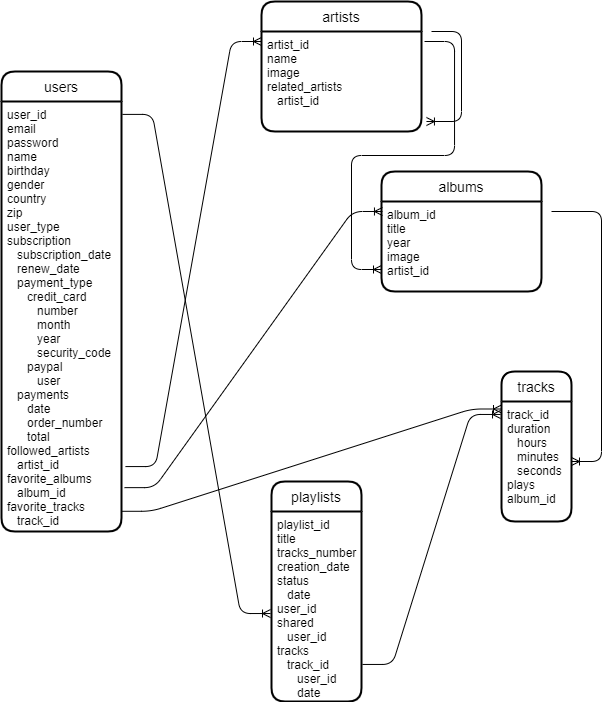
Earlier version of the draw.io export spotify/spotify.png (maparcepel/mongodb-mysql-estructura). Source tidied: cells renumbered, new cells last; positions are measured from the earlier drawing's top-left corner, leaving out a move shared by most shapes.
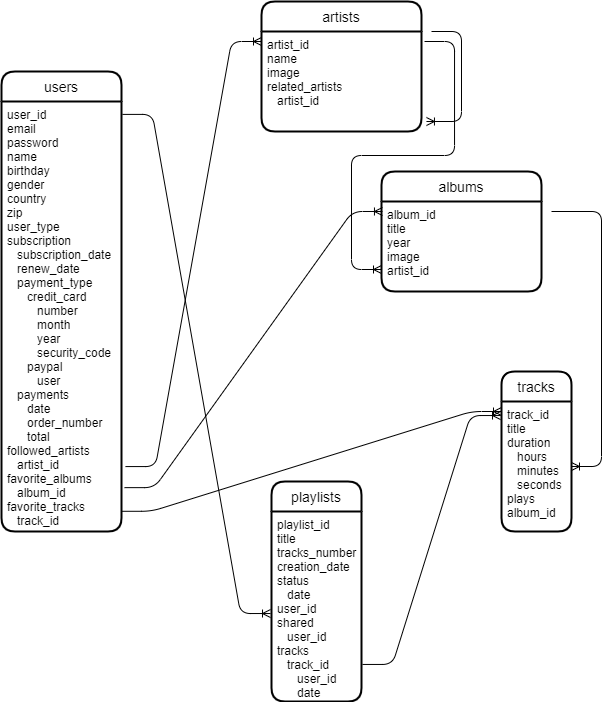
Later version of the same file.

Diff of the diagram source:
```diff
@@ -15,10 +15,10 @@
       <mxGeometry y="30" width="90" height="190" as="geometry" />
     </mxCell>
     <mxCell id="6" value="tracks" style="swimlane;horizontal=1;startSize=30;fontSize=14;fontStyle=0;strokeWidth=2;shadow=0;dashed=0;align=center;rounded=1;" parent="1" vertex="1">
-      <mxGeometry x="500" y="370" width="70" height="150" as="geometry" />
+      <mxGeometry x="500" y="370" width="70" height="160" as="geometry" />
     </mxCell>
-    <mxCell id="7" value="track_id&#10;duration&#10;   hours&#10;   minutes&#10;   seconds&#10;plays&#10;album_id" style="align=left;strokeColor=none;fillColor=none;spacingLeft=4;fontSize=12;verticalAlign=top;rounded=1;" parent="6" vertex="1">
-      <mxGeometry y="30" width="70" height="120" as="geometry" />
+    <mxCell id="7" value="track_id&#10;title&#10;duration&#10;   hours&#10;   minutes&#10;   seconds&#10;plays&#10;album_id" style="align=left;strokeColor=none;fillColor=none;spacingLeft=4;fontSize=12;verticalAlign=top;rounded=1;" parent="6" vertex="1">
+      <mxGeometry y="30" width="70" height="130" as="geometry" />
     </mxCell>
     <mxCell id="8" value="albums" style="swimlane;horizontal=1;startSize=30;fontSize=14;fontStyle=0;strokeWidth=2;shadow=0;dashed=0;align=center;rounded=1;" parent="1" vertex="1">
       <mxGeometry x="380" y="170" width="160" height="120" as="geometry" />
```
